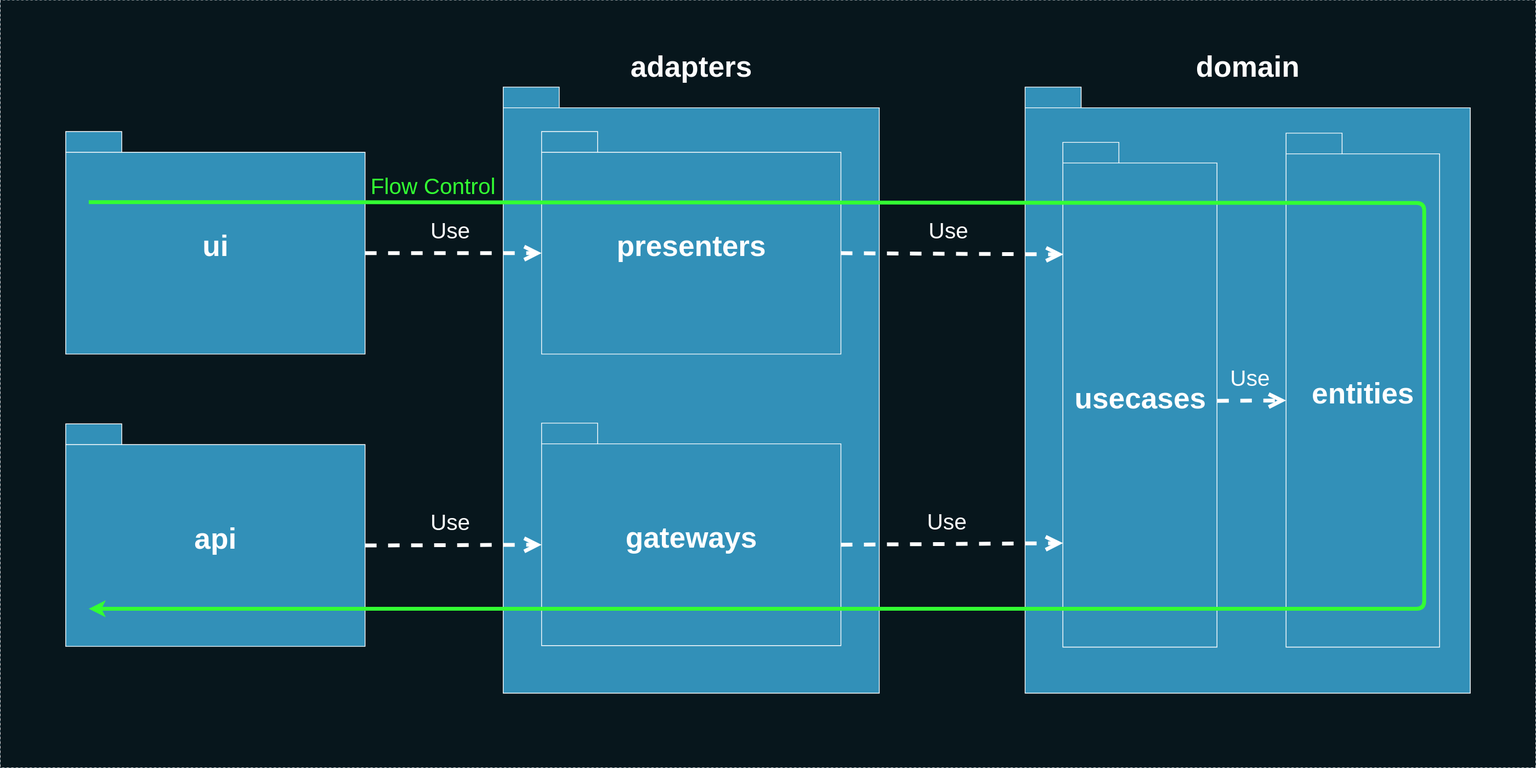
Above: deck/ru/diagrams/packagesDependenciesFlowControl.svg in AlexanderLapygin/ca-react-rest-api-starter (draw.io), before the change. Source tidied: cells renumbered, new cells last; positions are measured from the earlier drawing's top-left corner, leaving out a move shared by most shapes.
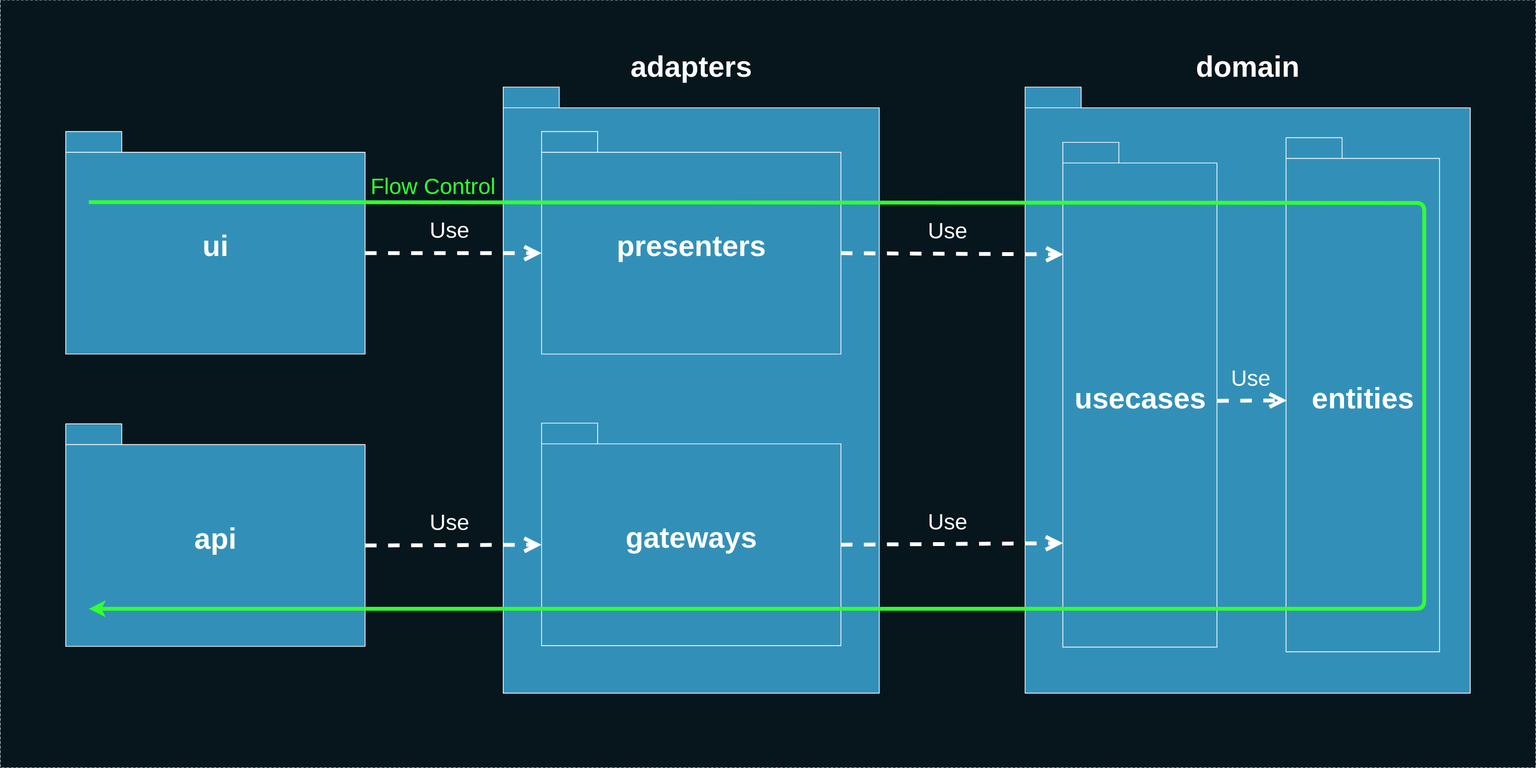
After the commit.

Commit message:
deck: diagram update

Change to the diagram source:
```diff
@@ -30,12 +30,12 @@
       <mxGeometry width="580" height="790" as="geometry" />
     </mxCell>
     <mxCell id="11" value="&lt;font color=&quot;#ffffff&quot; style=&quot;font-size: 38px&quot;&gt;entities&lt;/font&gt;" style="shape=folder;fontStyle=1;spacingTop=10;tabWidth=73;tabHeight=27;tabPosition=left;html=1;strokeColor=#FFFFFF;fillColor=#3290B8;" parent="9" vertex="1">
-      <mxGeometry x="340" y="60" width="200" height="670" as="geometry" />
+      <mxGeometry x="340" y="66" width="200" height="670" as="geometry" />
     </mxCell>
     <mxCell id="12" value="&lt;font color=&quot;#ffffff&quot; style=&quot;font-size: 38px&quot;&gt;usecases&lt;/font&gt;" style="shape=folder;fontStyle=1;spacingTop=10;tabWidth=73;tabHeight=27;tabPosition=left;html=1;strokeColor=#FFFFFF;fillColor=#3290B8;" parent="9" vertex="1">
       <mxGeometry x="49.2" y="72" width="200.8" height="658" as="geometry" />
     </mxCell>
-    <mxCell id="13" value="Use" style="endArrow=open;endSize=12;dashed=1;html=1;strokeColor=#FFFFFF;strokeWidth=5;fontSize=29;fontColor=#FFFFFF;entryX=0;entryY=0;entryDx=0;entryDy=348.5;entryPerimeter=0;labelBackgroundColor=none;exitX=1.002;exitY=0.512;exitDx=0;exitDy=0;exitPerimeter=0;" parent="9" edge="1" source="12" target="11">
+    <mxCell id="13" value="Use" style="endArrow=open;endSize=12;dashed=1;html=1;strokeColor=#FFFFFF;strokeWidth=5;fontSize=29;fontColor=#FFFFFF;labelBackgroundColor=none;exitX=1.002;exitY=0.512;exitDx=0;exitDy=0;exitPerimeter=0;entryX=0.005;entryY=0.511;entryDx=0;entryDy=0;entryPerimeter=0;" parent="9" edge="1" source="12" target="11">
       <mxGeometry x="-0.04" y="29" relative="1" as="geometry" />
     </mxCell>
     <mxCell id="14" value="Use" style="endArrow=open;endSize=12;dashed=1;html=1;strokeColor=#FFFFFF;strokeWidth=5;fontSize=29;fontColor=#FFFFFF;entryX=0;entryY=0;entryDx=0;entryDy=158.5;entryPerimeter=0;exitX=0;exitY=0;exitDx=390;exitDy=158.5;exitPerimeter=0;labelBackgroundColor=none;" parent="1" edge="1" source="3" target="7">
```
